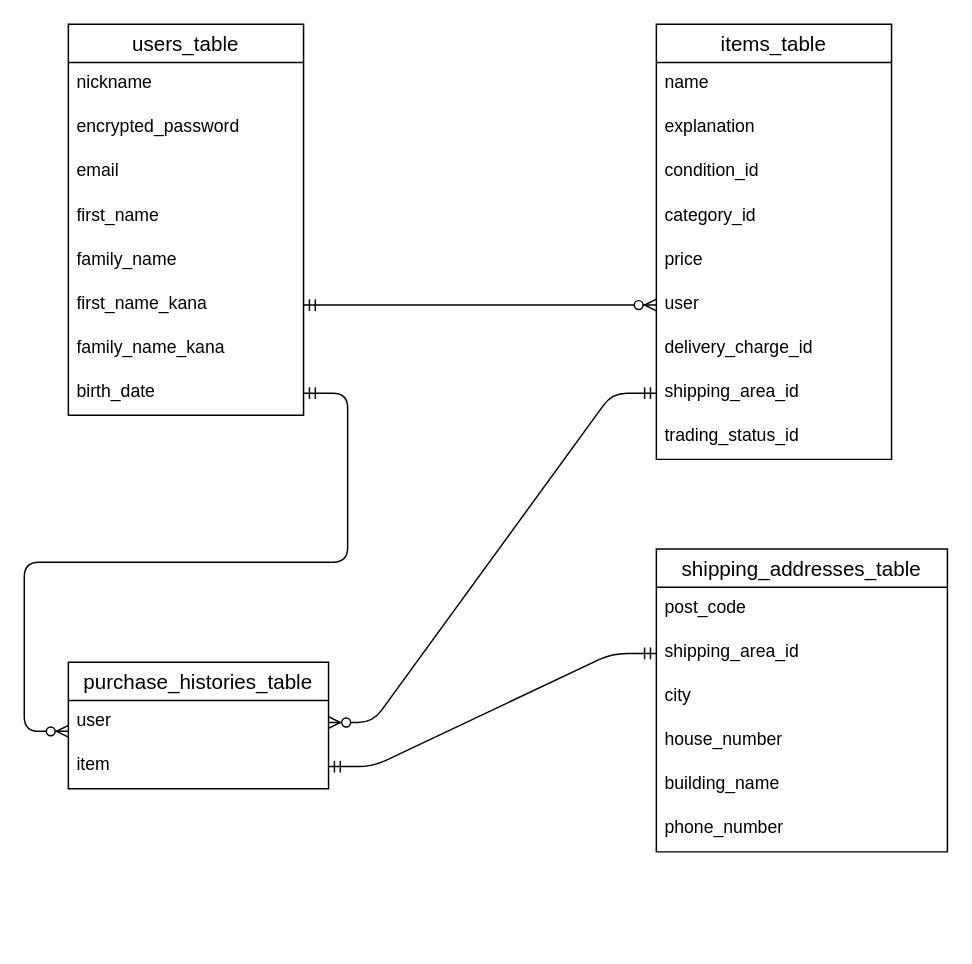
Earlier version of the draw.io diagram table.dio (wmr1212/furima-37019). Source tidied: cells renumbered, new cells numbered last; positions are measured from the earlier drawing's top-left corner, leaving out a move shared by most shapes. Both pictures are drawn from the tidied source at 147%, with x=0, y=0 at pixel (68, 24).
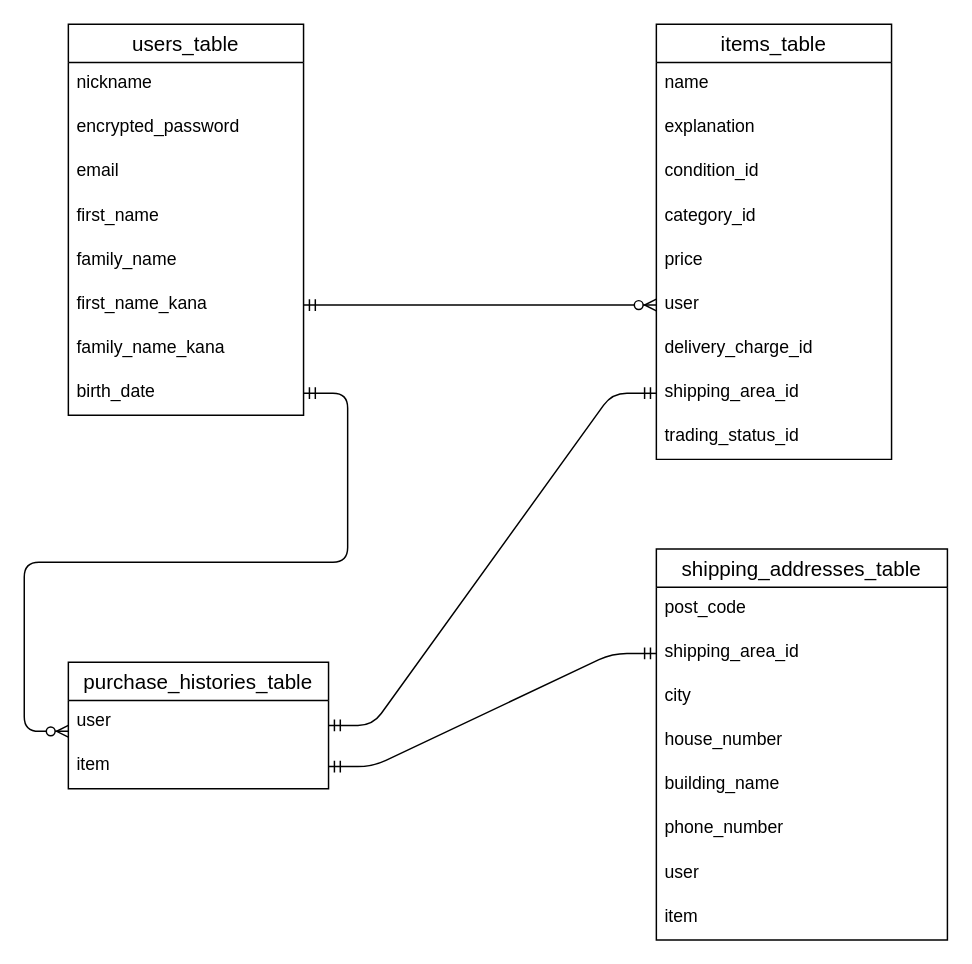
The same page after the edit.

Commit message (it also covers changes not shown here):
ER図・READMEの再修正

The change refers to these unchanged cells:
```xml
<mxCell id="19" value="shipping_area_id" style="text;strokeColor=none;fillColor=none;spacingLeft=4;spacingRight=4;overflow=hidden;points=[[0,0.5],[1,0.5]];portConstraint=eastwest;fontSize=12;" parent="11" vertex="1">
  <mxGeometry y="236" width="160" height="30" as="geometry" />
</mxCell>
<mxCell id="21" value="purchase_histories_table" style="swimlane;fontStyle=0;horizontal=1;startSize=26;align=center;fontSize=14;" parent="1" vertex="1">
  <mxGeometry y="434" width="177" height="86" as="geometry" />
</mxCell>
<mxCell id="22" value="user" style="text;strokeColor=none;fillColor=none;spacingLeft=4;spacingRight=4;overflow=hidden;points=[[0,0.5],[1,0.5]];portConstraint=eastwest;fontSize=12;" parent="21" vertex="1">
  <mxGeometry y="26" width="177" height="30" as="geometry" />
</mxCell>
```

The edit, as a diff of the source:
```diff
@@
     <mxCell id="24" value="shipping_addresses_table" style="swimlane;fontStyle=0;horizontal=1;startSize=26;align=center;fontSize=14;" parent="1" vertex="1">
-      <mxGeometry x="400" y="357" width="198" height="206" as="geometry" />
+      <mxGeometry x="400" y="357" width="198" height="266" as="geometry" />
     </mxCell>
@@
+    <mxCell id="36" value="user" style="text;strokeColor=none;fillColor=none;spacingLeft=4;spacingRight=4;overflow=hidden;fontSize=12;" parent="24" vertex="1">
+      <mxGeometry y="206" width="198" height="30" as="geometry" />
+    </mxCell>
+    <mxCell id="37" value="item" style="text;strokeColor=none;fillColor=none;spacingLeft=4;spacingRight=4;overflow=hidden;fontSize=12;" parent="24" vertex="1">
+      <mxGeometry y="236" width="198" height="30" as="geometry" />
+    </mxCell>
@@
-    <mxCell id="34" style="edgeStyle=entityRelationEdgeStyle;fontSize=12;html=1;endArrow=ERzeroToMany;startArrow=ERmandOne;exitX=0;exitY=0.5;exitDx=0;exitDy=0;entryX=1;entryY=0.5;entryDx=0;entryDy=0;" parent="1" edge="1" source="19" target="22">
-      <mxGeometry relative="1" as="geometry" />
-    </mxCell>
@@
+    <mxCell id="38" style="edgeStyle=entityRelationEdgeStyle;fontSize=12;html=1;endArrow=ERmandOne;startArrow=ERmandOne;exitX=1;exitY=0.5;exitDx=0;exitDy=0;" parent="1" edge="1" source="21" target="19">
+      <mxGeometry relative="1" as="geometry" />
+    </mxCell>
```
